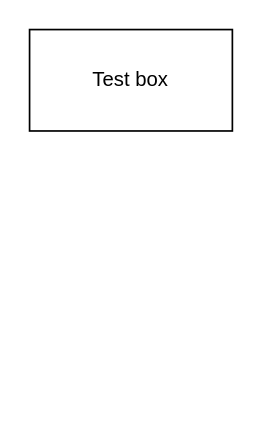
RoboticsAAU/hand_prosthesis_rl_control_pkgs keeps this draw.io diagram as System_diagram.drawio. Above is the earlier version. Source tidied: cells renumbered, new cells numbered last; positions are measured from the earlier drawing's top-left corner, leaving out a move shared by most shapes. Both pictures are drawn from the tidied source at 169%, with x=0, y=0 at pixel (29, 29).
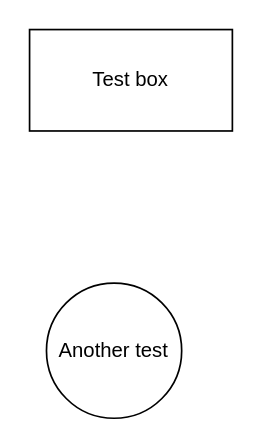
The same page after the edit.

What changed in the source:
```diff
@@
 <mxGraphModel>
   <root>
     <mxCell id="0" />
     <mxCell id="1" parent="0" />
     <mxCell id="2" value="Test box" style="rounded=0;whiteSpace=wrap;html=1;" parent="1" vertex="1">
       <mxGeometry width="120" height="60" as="geometry" />
     </mxCell>
+    <mxCell id="3" value="Another test" style="ellipse;whiteSpace=wrap;html=1;" parent="1" vertex="1">
+      <mxGeometry x="10" y="150" width="80" height="80" as="geometry" />
+    </mxCell>
   </root>
 </mxGraphModel>
```
